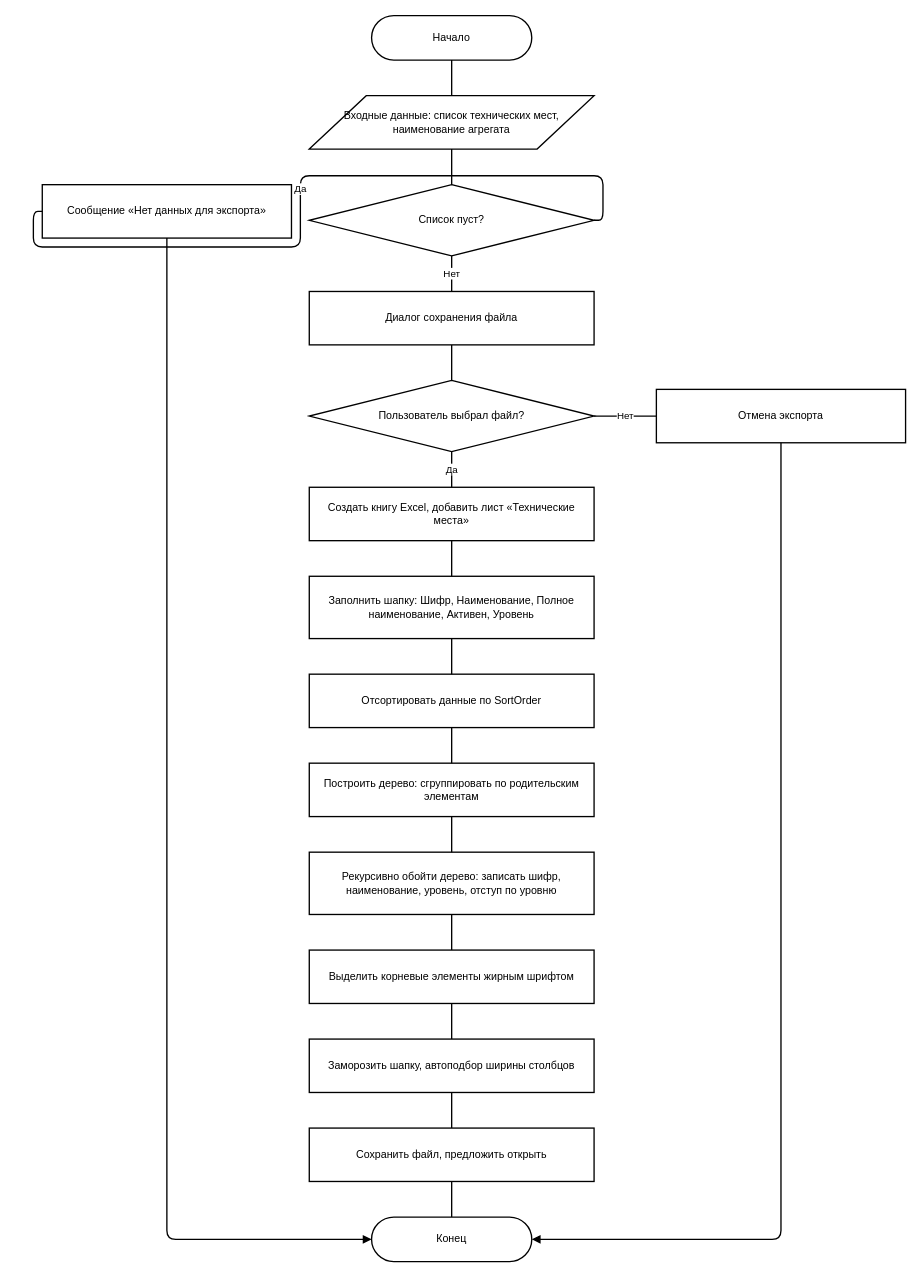
Above: page "Page-18" (18 of 18) of diagrams/Untitled Diagram.drawio in KhasanovAMdev/MyDiagrams (draw.io), before the change. Source tidied: cells renumbered, new cells numbered last; positions are measured from the earlier drawing's top-left corner, leaving out a move shared by most shapes. Both pictures are drawn from the tidied source at 89%, with x=0, y=0 at pixel (42, 15).
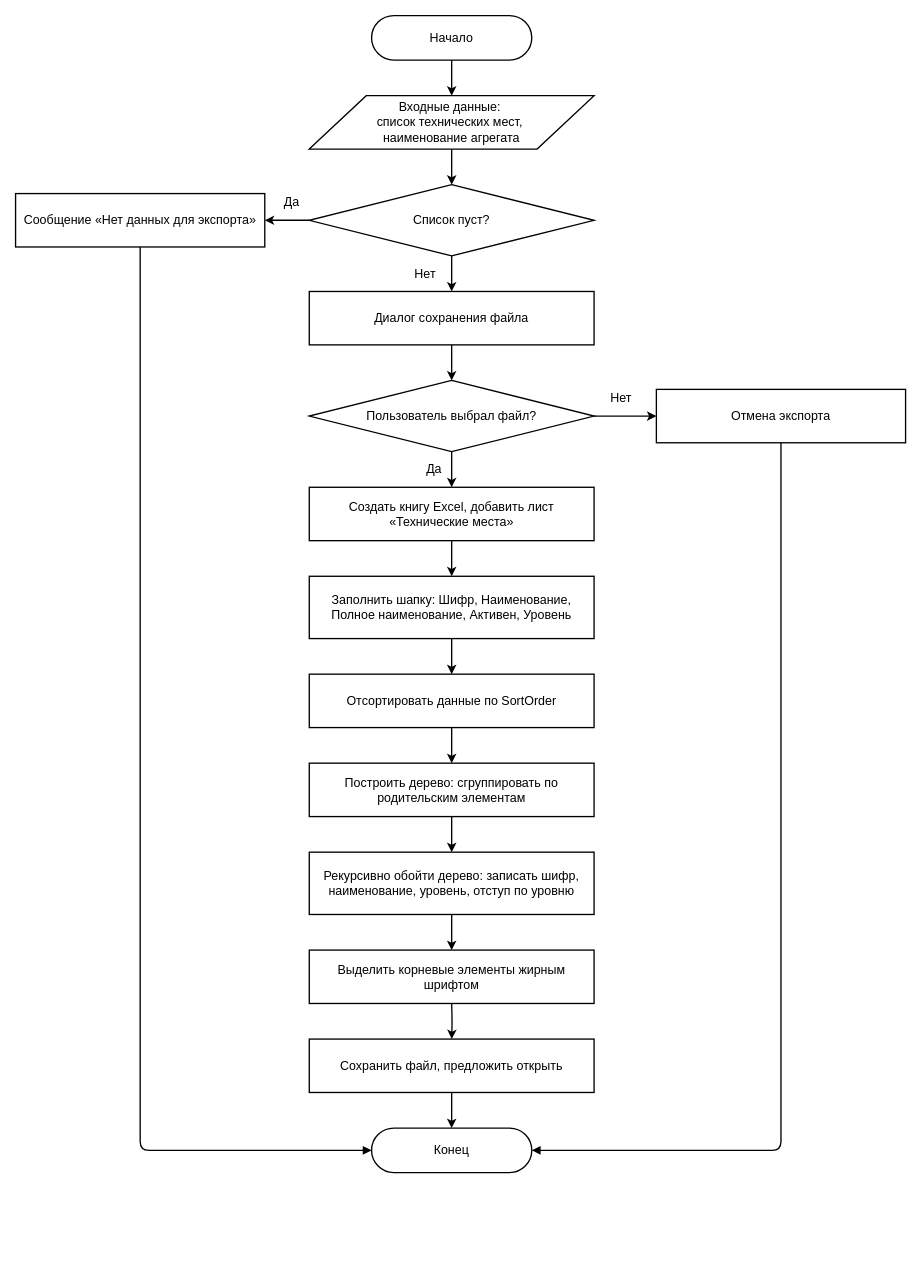
The same diagram, later.

The edit, as a diff of the source:
```diff
@@
-    <mxCell id="2" value="Начало" style="rounded=1;whiteSpace=wrap;html=1;arcSize=50;fillColor=#ffffff;strokeColor=#000000;strokeWidth=1.5;" parent="1" vertex="1">
+    <mxCell id="2" value="Начало" style="rounded=1;whiteSpace=wrap;html=1;arcSize=50;fillColor=#ffffff;strokeColor=#000000;strokeWidth=1.5;fontSize=14;" parent="1" vertex="1">
       <mxGeometry x="370" width="180" height="50" as="geometry" />
     </mxCell>
-    <mxCell id="3" value="Входные данные: список технических мест, наименование агрегата" style="shape=parallelogram;perimeter=parallelogramPerimeter;whiteSpace=wrap;html=1;fillColor=#ffffff;strokeColor=#000000;strokeWidth=1.5;" parent="1" vertex="1">
+    <mxCell id="3" value="Входные данные:&amp;nbsp;&lt;div&gt;список технических мест,&amp;nbsp;&lt;/div&gt;&lt;div&gt;наименование агрегата&lt;/div&gt;" style="shape=parallelogram;perimeter=parallelogramPerimeter;whiteSpace=wrap;html=1;fillColor=#ffffff;strokeColor=#000000;strokeWidth=1.5;fontSize=14;" parent="1" vertex="1">
       <mxGeometry x="300" y="90" width="320" height="60" as="geometry" />
     </mxCell>
-    <mxCell id="4" value="Список пуст?" style="rhombus;whiteSpace=wrap;html=1;fillColor=#ffffff;strokeColor=#000000;strokeWidth=1.5;" parent="1" vertex="1">
+    <mxCell id="4" value="Список пуст?" style="rhombus;whiteSpace=wrap;html=1;fillColor=#ffffff;strokeColor=#000000;strokeWidth=1.5;fontSize=14;" parent="1" vertex="1">
       <mxGeometry x="300" y="190" width="320" height="80" as="geometry" />
     </mxCell>
-    <mxCell id="5" value="Сообщение «Нет данных для экспорта»" style="rounded=0;whiteSpace=wrap;html=1;fillColor=#ffffff;strokeColor=#000000;strokeWidth=1.5;" parent="1" vertex="1">
-      <mxGeometry y="190" width="280" height="60" as="geometry" />
+    <mxCell id="5" value="Сообщение «Нет данных для экспорта»" style="rounded=0;whiteSpace=wrap;html=1;fillColor=#ffffff;strokeColor=#000000;strokeWidth=1.5;fontSize=14;" parent="1" vertex="1">
+      <mxGeometry x="-30" y="200" width="280" height="60" as="geometry" />
     </mxCell>
-    <mxCell id="6" value="Диалог сохранения файла" style="rounded=0;whiteSpace=wrap;html=1;fillColor=#ffffff;strokeColor=#000000;strokeWidth=1.5;" parent="1" vertex="1">
+    <mxCell id="6" value="Диалог сохранения файла" style="rounded=0;whiteSpace=wrap;html=1;fillColor=#ffffff;strokeColor=#000000;strokeWidth=1.5;fontSize=14;" parent="1" vertex="1">
       <mxGeometry x="300" y="310" width="320" height="60" as="geometry" />
     </mxCell>
-    <mxCell id="7" value="Пользователь выбрал файл?" style="rhombus;whiteSpace=wrap;html=1;fillColor=#ffffff;strokeColor=#000000;strokeWidth=1.5;" parent="1" vertex="1">
+    <mxCell id="7" value="Пользователь выбрал файл?" style="rhombus;whiteSpace=wrap;html=1;fillColor=#ffffff;strokeColor=#000000;strokeWidth=1.5;fontSize=14;" parent="1" vertex="1">
       <mxGeometry x="300" y="410" width="320" height="80" as="geometry" />
     </mxCell>
-    <mxCell id="8" value="Отмена экспорта" style="rounded=0;whiteSpace=wrap;html=1;fillColor=#ffffff;strokeColor=#000000;strokeWidth=1.5;" parent="1" vertex="1">
+    <mxCell id="8" value="Отмена экспорта" style="rounded=0;whiteSpace=wrap;html=1;fillColor=#ffffff;strokeColor=#000000;strokeWidth=1.5;fontSize=14;" parent="1" vertex="1">
       <mxGeometry x="690" y="420" width="280" height="60" as="geometry" />
     </mxCell>
-    <mxCell id="9" value="Создать книгу Excel, добавить лист «Технические места»" style="rounded=0;whiteSpace=wrap;html=1;fillColor=#ffffff;strokeColor=#000000;strokeWidth=1.5;" parent="1" vertex="1">
+    <mxCell id="9" value="Создать книгу Excel, добавить лист «Технические места»" style="rounded=0;whiteSpace=wrap;html=1;fillColor=#ffffff;strokeColor=#000000;strokeWidth=1.5;fontSize=14;" parent="1" vertex="1">
       <mxGeometry x="300" y="530" width="320" height="60" as="geometry" />
     </mxCell>
-    <mxCell id="10" value="Заполнить шапку: Шифр, Наименование, Полное наименование, Активен, Уровень" style="rounded=0;whiteSpace=wrap;html=1;fillColor=#ffffff;strokeColor=#000000;strokeWidth=1.5;" parent="1" vertex="1">
+    <mxCell id="10" value="Заполнить шапку: Шифр, Наименование, Полное наименование, Активен, Уровень" style="rounded=0;whiteSpace=wrap;html=1;fillColor=#ffffff;strokeColor=#000000;strokeWidth=1.5;fontSize=14;" parent="1" vertex="1">
       <mxGeometry x="300" y="630" width="320" height="70" as="geometry" />
     </mxCell>
-    <mxCell id="11" value="Отсортировать данные по SortOrder" style="rounded=0;whiteSpace=wrap;html=1;fillColor=#ffffff;strokeColor=#000000;strokeWidth=1.5;" parent="1" vertex="1">
+    <mxCell id="11" value="Отсортировать данные по SortOrder" style="rounded=0;whiteSpace=wrap;html=1;fillColor=#ffffff;strokeColor=#000000;strokeWidth=1.5;fontSize=14;" parent="1" vertex="1">
       <mxGeometry x="300" y="740" width="320" height="60" as="geometry" />
     </mxCell>
-    <mxCell id="12" value="Построить дерево: сгруппировать по родительским элементам" style="rounded=0;whiteSpace=wrap;html=1;fillColor=#ffffff;strokeColor=#000000;strokeWidth=1.5;" parent="1" vertex="1">
+    <mxCell id="12" value="Построить дерево: сгруппировать по родительским элементам" style="rounded=0;whiteSpace=wrap;html=1;fillColor=#ffffff;strokeColor=#000000;strokeWidth=1.5;fontSize=14;" parent="1" vertex="1">
       <mxGeometry x="300" y="840" width="320" height="60" as="geometry" />
     </mxCell>
-    <mxCell id="13" value="Рекурсивно обойти дерево: записать шифр, наименование, уровень, отступ по уровню" style="rounded=0;whiteSpace=wrap;html=1;fillColor=#ffffff;strokeColor=#000000;strokeWidth=1.5;" parent="1" vertex="1">
+    <mxCell id="13" value="Рекурсивно обойти дерево: записать шифр, наименование, уровень, отступ по уровню" style="rounded=0;whiteSpace=wrap;html=1;fillColor=#ffffff;strokeColor=#000000;strokeWidth=1.5;fontSize=14;" parent="1" vertex="1">
       <mxGeometry x="300" y="940" width="320" height="70" as="geometry" />
     </mxCell>
-    <mxCell id="14" value="Выделить корневые элементы жирным шрифтом" style="rounded=0;whiteSpace=wrap;html=1;fillColor=#ffffff;strokeColor=#000000;strokeWidth=1.5;" parent="1" vertex="1">
+    <mxCell id="14" value="Выделить корневые элементы жирным шрифтом" style="rounded=0;whiteSpace=wrap;html=1;fillColor=#ffffff;strokeColor=#000000;strokeWidth=1.5;fontSize=14;" parent="1" vertex="1">
       <mxGeometry x="300" y="1050" width="320" height="60" as="geometry" />
     </mxCell>
-    <mxCell id="15" value="Заморозить шапку, автоподбор ширины столбцов" style="rounded=0;whiteSpace=wrap;html=1;fillColor=#ffffff;strokeColor=#000000;strokeWidth=1.5;" parent="1" vertex="1">
-      <mxGeometry x="300" y="1150" width="320" height="60" as="geometry" />
-    </mxCell>
-    <mxCell id="16" value="Сохранить файл, предложить открыть" style="rounded=0;whiteSpace=wrap;html=1;fillColor=#ffffff;strokeColor=#000000;strokeWidth=1.5;" parent="1" vertex="1">
-      <mxGeometry x="300" y="1250" width="320" height="60" as="geometry" />
+    <mxCell id="16" value="Сохранить файл, предложить открыть" style="rounded=0;whiteSpace=wrap;html=1;fillColor=#ffffff;strokeColor=#000000;strokeWidth=1.5;fontSize=14;" parent="1" vertex="1">
+      <mxGeometry x="300" y="1150" width="320" height="60" as="geometry" />
     </mxCell>
-    <mxCell id="17" value="Конец" style="rounded=1;whiteSpace=wrap;html=1;arcSize=50;fillColor=#ffffff;strokeColor=#000000;strokeWidth=1.5;" parent="1" vertex="1">
-      <mxGeometry x="370" y="1350" width="180" height="50" as="geometry" />
+    <mxCell id="17" value="Конец" style="rounded=1;whiteSpace=wrap;html=1;arcSize=50;fillColor=#ffffff;strokeColor=#000000;strokeWidth=1.5;fontSize=14;" parent="1" vertex="1">
+      <mxGeometry x="370" y="1250" width="180" height="50" as="geometry" />
     </mxCell>
-    <mxCell id="18" style="edgeStyle=orthogonalEdgeStyle;html=1;strokeWidth=1.5;endArrow=none;" parent="1" edge="1" source="2" target="3">
+    <mxCell id="18" style="edgeStyle=orthogonalEdgeStyle;html=1;strokeWidth=1.5;endArrow=classic;fontSize=14;endFill=1;" parent="1" edge="1" source="2" target="3">
       <mxGeometry relative="1" as="geometry" />
     </mxCell>
-    <mxCell id="19" style="edgeStyle=orthogonalEdgeStyle;html=1;strokeWidth=1.5;endArrow=none;" parent="1" edge="1" source="3" target="4">
+    <mxCell id="19" style="edgeStyle=orthogonalEdgeStyle;html=1;strokeWidth=1.5;endArrow=classic;fontSize=14;endFill=1;" parent="1" edge="1" source="3" target="4">
       <mxGeometry relative="1" as="geometry" />
     </mxCell>
-    <mxCell id="20" value="Да" style="edgeStyle=orthogonalEdgeStyle;html=1;strokeWidth=1.5;endArrow=none;labelBackgroundColor=#ffffff;exitX=1;exitY=0.5;exitDx=0;exitDy=0;entryX=0;entryY=0.5;entryDx=0;entryDy=0;" parent="1" edge="1" source="4" target="5">
-      <mxGeometry relative="1" as="geometry" />
+    <mxCell id="20" value="Да" style="edgeStyle=orthogonalEdgeStyle;html=1;strokeWidth=1.5;endArrow=classic;labelBackgroundColor=#ffffff;exitX=0;exitY=0.5;exitDx=0;exitDy=0;entryX=1;entryY=0.5;entryDx=0;entryDy=0;fontSize=14;endFill=1;" parent="1" edge="1" source="4" target="5">
+      <mxGeometry x="-0.2" y="-20" relative="1" as="geometry" />
     </mxCell>
-    <mxCell id="21" value="Нет" style="edgeStyle=orthogonalEdgeStyle;html=1;strokeWidth=1.5;endArrow=none;labelBackgroundColor=#ffffff;" parent="1" edge="1" source="4" target="6">
-      <mxGeometry relative="1" as="geometry" />
+    <mxCell id="21" value="Нет" style="edgeStyle=orthogonalEdgeStyle;html=1;strokeWidth=1.5;endArrow=classic;labelBackgroundColor=#ffffff;fontSize=14;endFill=1;" parent="1" edge="1" source="4" target="6">
+      <mxGeometry y="-30" relative="1" as="geometry" />
     </mxCell>
-    <mxCell id="22" style="edgeStyle=orthogonalEdgeStyle;html=1;strokeWidth=1.5;endArrow=block;endFill=1;exitX=0.5;exitY=1;exitDx=0;exitDy=0;entryX=0;entryY=0.5;entryDx=0;entryDy=0;" parent="1" edge="1" source="5" target="17">
+    <mxCell id="22" style="edgeStyle=orthogonalEdgeStyle;html=1;strokeWidth=1.5;endArrow=block;endFill=1;exitX=0.5;exitY=1;exitDx=0;exitDy=0;entryX=0;entryY=0.5;entryDx=0;entryDy=0;fontSize=14;" parent="1" edge="1" source="5" target="17">
       <mxGeometry x="0.13" relative="1" as="geometry" />
     </mxCell>
-    <mxCell id="23" style="edgeStyle=orthogonalEdgeStyle;html=1;strokeWidth=1.5;endArrow=none;" parent="1" edge="1" source="6" target="7">
+    <mxCell id="23" style="edgeStyle=orthogonalEdgeStyle;html=1;strokeWidth=1.5;endArrow=classic;fontSize=14;endFill=1;" parent="1" edge="1" source="6" target="7">
       <mxGeometry relative="1" as="geometry" />
     </mxCell>
-    <mxCell id="24" value="Да" style="edgeStyle=orthogonalEdgeStyle;html=1;strokeWidth=1.5;endArrow=none;labelBackgroundColor=#ffffff;" parent="1" edge="1" source="7" target="9">
-      <mxGeometry relative="1" as="geometry" />
+    <mxCell id="24" value="Да" style="edgeStyle=orthogonalEdgeStyle;html=1;strokeWidth=1.5;endArrow=classic;labelBackgroundColor=#ffffff;fontSize=14;endFill=1;" parent="1" edge="1" source="7" target="9">
+      <mxGeometry y="-20" relative="1" as="geometry" />
     </mxCell>
-    <mxCell id="25" value="Нет" style="edgeStyle=orthogonalEdgeStyle;html=1;strokeWidth=1.5;endArrow=none;labelBackgroundColor=#ffffff;exitX=1;exitY=0.5;exitDx=0;exitDy=0;entryX=0;entryY=0.5;entryDx=0;entryDy=0;" parent="1" edge="1" source="7" target="8">
-      <mxGeometry relative="1" as="geometry" />
+    <mxCell id="25" value="Нет" style="edgeStyle=orthogonalEdgeStyle;html=1;strokeWidth=1.5;endArrow=classic;labelBackgroundColor=#ffffff;exitX=1;exitY=0.5;exitDx=0;exitDy=0;entryX=0;entryY=0.5;entryDx=0;entryDy=0;fontSize=14;endFill=1;" parent="1" edge="1" source="7" target="8">
+      <mxGeometry x="-0.14" y="20" relative="1" as="geometry" />
     </mxCell>
-    <mxCell id="26" style="edgeStyle=orthogonalEdgeStyle;html=1;strokeWidth=1.5;endArrow=block;endFill=1;exitX=0.5;exitY=1;exitDx=0;exitDy=0;entryX=1;entryY=0.5;entryDx=0;entryDy=0;" parent="1" edge="1" source="8" target="17">
+    <mxCell id="26" style="edgeStyle=orthogonalEdgeStyle;html=1;strokeWidth=1.5;endArrow=block;endFill=1;exitX=0.5;exitY=1;exitDx=0;exitDy=0;entryX=1;entryY=0.5;entryDx=0;entryDy=0;fontSize=14;" parent="1" edge="1" source="8" target="17">
       <mxGeometry relative="1" as="geometry" />
     </mxCell>
-    <mxCell id="27" style="edgeStyle=orthogonalEdgeStyle;html=1;strokeWidth=1.5;endArrow=none;" parent="1" edge="1" source="9" target="10">
+    <mxCell id="27" style="edgeStyle=orthogonalEdgeStyle;html=1;strokeWidth=1.5;endArrow=classic;fontSize=14;endFill=1;" parent="1" edge="1" source="9" target="10">
       <mxGeometry relative="1" as="geometry" />
     </mxCell>
-    <mxCell id="28" style="edgeStyle=orthogonalEdgeStyle;html=1;strokeWidth=1.5;endArrow=none;" parent="1" edge="1" source="10" target="11">
+    <mxCell id="28" style="edgeStyle=orthogonalEdgeStyle;html=1;strokeWidth=1.5;endArrow=classic;fontSize=14;endFill=1;" parent="1" edge="1" source="10" target="11">
       <mxGeometry relative="1" as="geometry" />
     </mxCell>
-    <mxCell id="29" style="edgeStyle=orthogonalEdgeStyle;html=1;strokeWidth=1.5;endArrow=none;" parent="1" edge="1" source="11" target="12">
+    <mxCell id="29" style="edgeStyle=orthogonalEdgeStyle;html=1;strokeWidth=1.5;endArrow=classic;fontSize=14;endFill=1;" parent="1" edge="1" source="11" target="12">
       <mxGeometry relative="1" as="geometry" />
     </mxCell>
-    <mxCell id="30" style="edgeStyle=orthogonalEdgeStyle;html=1;strokeWidth=1.5;endArrow=none;" parent="1" edge="1" source="12" target="13">
+    <mxCell id="30" style="edgeStyle=orthogonalEdgeStyle;html=1;strokeWidth=1.5;endArrow=classic;fontSize=14;endFill=1;" parent="1" edge="1" source="12" target="13">
       <mxGeometry relative="1" as="geometry" />
     </mxCell>
-    <mxCell id="31" style="edgeStyle=orthogonalEdgeStyle;html=1;strokeWidth=1.5;endArrow=none;" parent="1" edge="1" source="13" target="14">
+    <mxCell id="31" style="edgeStyle=orthogonalEdgeStyle;html=1;strokeWidth=1.5;endArrow=classic;fontSize=14;endFill=1;" parent="1" edge="1" source="13" target="14">
       <mxGeometry relative="1" as="geometry" />
     </mxCell>
-    <mxCell id="32" style="edgeStyle=orthogonalEdgeStyle;html=1;strokeWidth=1.5;endArrow=none;" parent="1" edge="1" source="14" target="15">
-      <mxGeometry relative="1" as="geometry" />
-    </mxCell>
-    <mxCell id="33" style="edgeStyle=orthogonalEdgeStyle;html=1;strokeWidth=1.5;endArrow=none;" parent="1" edge="1" source="15" target="16">
-      <mxGeometry relative="1" as="geometry" />
+    <mxCell id="33" style="edgeStyle=orthogonalEdgeStyle;html=1;strokeWidth=1.5;endArrow=classic;fontSize=14;endFill=1;" parent="1" edge="1" target="16">
+      <mxGeometry relative="1" as="geometry">
+        <mxPoint x="460" y="1110" as="sourcePoint" />
+      </mxGeometry>
     </mxCell>
-    <mxCell id="34" style="edgeStyle=orthogonalEdgeStyle;html=1;strokeWidth=1.5;endArrow=none;" parent="1" edge="1" source="16" target="17">
+    <mxCell id="34" style="edgeStyle=orthogonalEdgeStyle;html=1;strokeWidth=1.5;endArrow=classic;fontSize=14;endFill=1;" parent="1" edge="1" source="16" target="17">
       <mxGeometry relative="1" as="geometry" />
     </mxCell>
```
